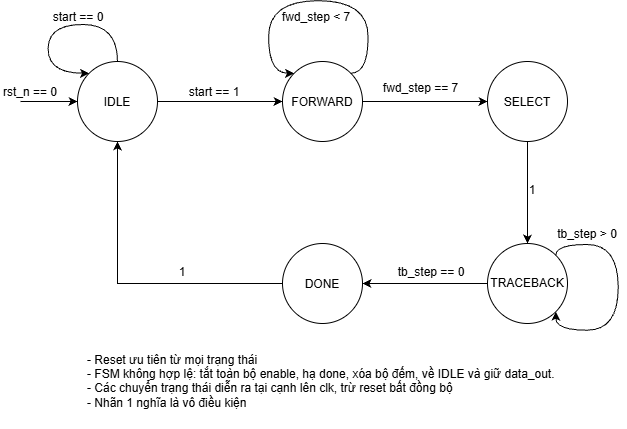
nvh1811/viterbi_decoder keeps this draw.io diagram as docs/figures/Viterbi_decoder-FSM.drawio.png. Above is the earlier version. Source tidied: cells renumbered, new cells last; positions are measured from the earlier drawing's top-left corner, leaving out a move shared by most shapes. Source of this version:
```xml
<mxGraphModel>
  <root>
    <mxCell id="0" />
    <mxCell id="1" parent="0" />
    <mxCell id="2" style="edgeStyle=orthogonalEdgeStyle;rounded=0;jettySize=auto;html=1;defaultLabelBackgroundColor=gap;" parent="1" edge="1" source="3" target="5">
      <mxGeometry relative="1" as="geometry" />
    </mxCell>
    <mxCell id="3" value="IDLE" style="ellipse;whiteSpace=wrap;html=1;shapeInside=1;" parent="1" vertex="1">
      <mxGeometry x="77" y="61" width="80" height="80" as="geometry" />
    </mxCell>
    <mxCell id="4" style="edgeStyle=orthogonalEdgeStyle;rounded=0;jettySize=auto;html=1;entryX=0;entryY=0.5;entryDx=0;entryDy=0;defaultLabelBackgroundColor=gap;" parent="1" edge="1" source="5" target="7">
      <mxGeometry relative="1" as="geometry" />
    </mxCell>
    <mxCell id="5" value="FORWARD" style="ellipse;whiteSpace=wrap;html=1;shapeInside=1;" parent="1" vertex="1">
      <mxGeometry x="282" y="61" width="80" height="80" as="geometry" />
    </mxCell>
    <mxCell id="6" style="edgeStyle=orthogonalEdgeStyle;rounded=0;jettySize=auto;html=1;defaultLabelBackgroundColor=gap;" parent="1" edge="1" source="7" target="9">
      <mxGeometry relative="1" as="geometry" />
    </mxCell>
    <mxCell id="7" value="SELECT" style="ellipse;whiteSpace=wrap;html=1;shapeInside=1;" parent="1" vertex="1">
      <mxGeometry x="487" y="61" width="80" height="80" as="geometry" />
    </mxCell>
    <mxCell id="8" style="edgeStyle=orthogonalEdgeStyle;rounded=0;jettySize=auto;html=1;entryX=1;entryY=0.5;entryDx=0;entryDy=0;defaultLabelBackgroundColor=gap;" parent="1" edge="1" source="9" target="11">
      <mxGeometry relative="1" as="geometry" />
    </mxCell>
    <mxCell id="9" value="TRACEBACK" style="ellipse;whiteSpace=wrap;html=1;shapeInside=1;" parent="1" vertex="1">
      <mxGeometry x="487" y="243" width="80" height="80" as="geometry" />
    </mxCell>
    <mxCell id="10" style="edgeStyle=orthogonalEdgeStyle;rounded=0;jettySize=auto;html=1;entryX=0.5;entryY=1;entryDx=0;entryDy=0;defaultLabelBackgroundColor=gap;" parent="1" edge="1" source="11" target="3">
      <mxGeometry relative="1" as="geometry" />
    </mxCell>
    <mxCell id="11" value="DONE" style="ellipse;whiteSpace=wrap;html=1;shapeInside=1;" parent="1" vertex="1">
      <mxGeometry x="282" y="243" width="80" height="80" as="geometry" />
    </mxCell>
    <mxCell id="12" value="start == 1" style="text;html=1;whiteSpace=wrap;strokeColor=none;fillColor=none;align=center;verticalAlign=middle;rounded=0;" parent="1" vertex="1">
      <mxGeometry x="184" y="77" width="60" height="30" as="geometry" />
    </mxCell>
    <mxCell id="13" style="edgeStyle=orthogonalEdgeStyle;rounded=0;orthogonalLoop=1;jettySize=auto;html=1;innerLoopWaypoints=1;entryX=0;entryY=0;entryDx=0;entryDy=0;defaultLabelBackgroundColor=gap;curved=1;curveGeometry=1;exitX=0.5;exitY=0;exitDx=0;exitDy=0;" parent="1" edge="1" source="3" target="3">
      <mxGeometry x="-0.15" relative="1" as="geometry">
        <Array as="points">
          <mxPoint x="117" y="24" />
          <mxPoint x="47.6" y="24" />
          <mxPoint x="47.6" y="72.7" />
        </Array>
      </mxGeometry>
    </mxCell>
    <mxCell id="14" value="start == 0" style="text;html=1;whiteSpace=wrap;strokeColor=none;fillColor=none;align=center;verticalAlign=middle;rounded=0;" parent="1" vertex="1">
      <mxGeometry x="48" y="2" width="60" height="30" as="geometry" />
    </mxCell>
    <mxCell id="15" value="fwd_step == 7" style="text;html=1;whiteSpace=wrap;strokeColor=none;fillColor=none;align=center;verticalAlign=middle;rounded=0;" parent="1" vertex="1">
      <mxGeometry x="366" y="73" width="109" height="30" as="geometry" />
    </mxCell>
    <mxCell id="16" style="edgeStyle=orthogonalEdgeStyle;rounded=0;orthogonalLoop=1;jettySize=auto;html=1;innerLoopWaypoints=1;entryX=0;entryY=0;entryDx=0;entryDy=0;defaultLabelBackgroundColor=gap;curved=1;curveGeometry=1;exitX=1;exitY=0;exitDx=0;exitDy=0;" parent="1" edge="1" source="5" target="5">
      <mxGeometry x="0.19" relative="1" as="geometry">
        <Array as="points">
          <mxPoint x="367.6" y="72.7" />
          <mxPoint x="367.6" y="0.2" />
          <mxPoint x="268.1" y="0.2" />
          <mxPoint x="268.1" y="72.7" />
        </Array>
      </mxGeometry>
    </mxCell>
    <mxCell id="17" value="fwd_step &amp;lt; 7" style="text;html=1;whiteSpace=wrap;strokeColor=none;fillColor=none;align=center;verticalAlign=middle;rounded=0;" parent="1" vertex="1">
      <mxGeometry x="266" y="2" width="100" height="30" as="geometry" />
    </mxCell>
    <mxCell id="18" value="1" style="text;html=1;whiteSpace=wrap;strokeColor=none;fillColor=none;align=center;verticalAlign=middle;rounded=0;" parent="1" vertex="1">
      <mxGeometry x="502" y="175" width="60" height="30" as="geometry" />
    </mxCell>
    <mxCell id="19" value="tb_step == 0" style="text;html=1;whiteSpace=wrap;strokeColor=none;fillColor=none;align=center;verticalAlign=middle;rounded=0;" parent="1" vertex="1">
      <mxGeometry x="391" y="257" width="80" height="30" as="geometry" />
    </mxCell>
    <mxCell id="20" style="edgeStyle=orthogonalEdgeStyle;rounded=0;orthogonalLoop=1;jettySize=auto;html=1;innerLoopWaypoints=1;entryX=1;entryY=1;entryDx=0;entryDy=0;defaultLabelBackgroundColor=gap;curved=1;curveGeometry=1;exitX=1;exitY=0;exitDx=0;exitDy=0;" parent="1" edge="1" source="9" target="9">
      <mxGeometry x="0.02" relative="1" as="geometry">
        <Array as="points">
          <mxPoint x="555.3" y="244" />
          <mxPoint x="617.7" y="244" />
          <mxPoint x="617.7" y="329.7" />
          <mxPoint x="555.3" y="329.7" />
        </Array>
      </mxGeometry>
    </mxCell>
    <mxCell id="21" value="tb_step &amp;gt; 0" style="text;html=1;whiteSpace=wrap;strokeColor=none;fillColor=none;align=center;verticalAlign=middle;rounded=0;" parent="1" vertex="1">
      <mxGeometry x="547" y="219" width="80" height="30" as="geometry" />
    </mxCell>
    <mxCell id="22" value="1" style="text;html=1;whiteSpace=wrap;strokeColor=none;fillColor=none;align=center;verticalAlign=middle;rounded=0;" parent="1" vertex="1">
      <mxGeometry x="152" y="257" width="60" height="30" as="geometry" />
    </mxCell>
    <mxCell id="23" style="endArrow=classic;html=1;rounded=0;defaultLabelBackgroundColor=gap;entryX=0;entryY=0.5;entryDx=0;entryDy=0;" parent="1" edge="1" target="3">
      <mxGeometry relative="1" as="geometry">
        <mxPoint x="20" y="101" as="sourcePoint" />
      </mxGeometry>
    </mxCell>
    <mxCell id="24" value="rst_n == 0" style="text;html=1;whiteSpace=wrap;strokeColor=none;fillColor=none;align=center;verticalAlign=middle;rounded=0;" parent="1" vertex="1">
      <mxGeometry y="77" width="60" height="30" as="geometry" />
    </mxCell>
    <mxCell id="25" value="- Reset ưu tiên từ mọi trạng thái&lt;div&gt;&lt;span style=&quot;background-color: transparent; color: light-dark(#000000, var(--ge-light-color, #ffffff));&quot;&gt;- FSM không hợp lệ:&amp;nbsp;tắt toàn bộ enable, hạ done, xóa bộ đếm, về IDLE và giữ data_out.&lt;/span&gt;&lt;/div&gt;&lt;div&gt;&lt;span style=&quot;background-color: transparent; color: light-dark(#000000, var(--ge-light-color, #ffffff));&quot;&gt;- Các chuyển trạng thái diễn ra tại cạnh lên clk, trừ reset bất đồng bộ&lt;/span&gt;&lt;/div&gt;&lt;div&gt;- Nhãn 1 nghĩa là vô điều kiện&lt;span style=&quot;background-color: transparent; color: light-dark(#000000, var(--ge-light-color, #ffffff));&quot;&gt;&lt;/span&gt;&lt;/div&gt;&lt;div&gt;&lt;span style=&quot;background-color: transparent; color: light-dark(#000000, var(--ge-light-color, #ffffff));&quot;&gt;&lt;br&gt;&lt;/span&gt;&lt;/div&gt;" style="text;html=1;whiteSpace=wrap;strokeColor=none;fillColor=none;align=left;verticalAlign=middle;rounded=0;fontStyle=0;" parent="1" vertex="1">
      <mxGeometry x="85" y="348" width="488" height="80" as="geometry" />
    </mxCell>
  </root>
</mxGraphModel>
```
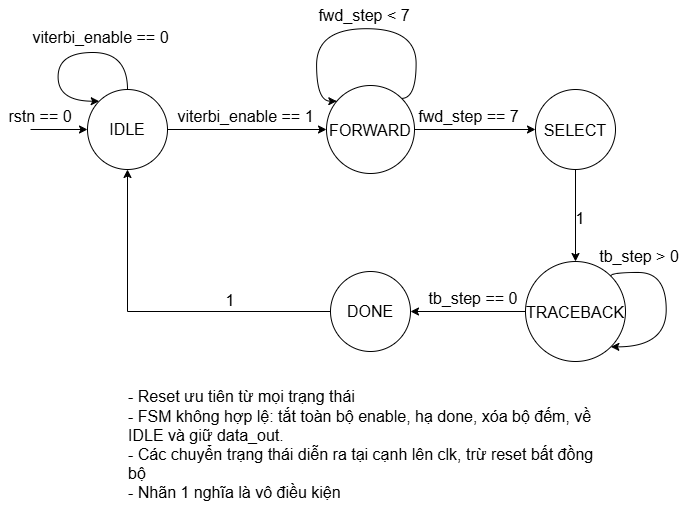
The same diagram one commit later.

What changed in the source:
```diff
@@ -2,99 +2,98 @@
   <root>
     <mxCell id="0" />
     <mxCell id="1" parent="0" />
-    <mxCell id="2" style="edgeStyle=orthogonalEdgeStyle;rounded=0;jettySize=auto;html=1;defaultLabelBackgroundColor=gap;" parent="1" edge="1" source="3" target="5">
+    <mxCell id="2" style="edgeStyle=orthogonalEdgeStyle;rounded=0;jettySize=auto;html=1;defaultLabelBackgroundColor=gap;fontSize=16;" parent="1" edge="1" source="3" target="5">
       <mxGeometry relative="1" as="geometry" />
     </mxCell>
-    <mxCell id="3" value="IDLE" style="ellipse;whiteSpace=wrap;html=1;shapeInside=1;" parent="1" vertex="1">
-      <mxGeometry x="77" y="61" width="80" height="80" as="geometry" />
+    <mxCell id="3" value="IDLE" style="ellipse;whiteSpace=wrap;html=1;shapeInside=1;fontSize=16;" parent="1" vertex="1">
+      <mxGeometry x="39" y="61" width="80" height="80" as="geometry" />
     </mxCell>
-    <mxCell id="4" style="edgeStyle=orthogonalEdgeStyle;rounded=0;jettySize=auto;html=1;entryX=0;entryY=0.5;entryDx=0;entryDy=0;defaultLabelBackgroundColor=gap;" parent="1" edge="1" source="5" target="7">
+    <mxCell id="4" style="edgeStyle=orthogonalEdgeStyle;rounded=0;jettySize=auto;html=1;entryX=0;entryY=0.5;entryDx=0;entryDy=0;defaultLabelBackgroundColor=gap;fontSize=16;" parent="1" edge="1" source="5" target="7">
       <mxGeometry relative="1" as="geometry" />
     </mxCell>
-    <mxCell id="5" value="FORWARD" style="ellipse;whiteSpace=wrap;html=1;shapeInside=1;" parent="1" vertex="1">
-      <mxGeometry x="282" y="61" width="80" height="80" as="geometry" />
+    <mxCell id="5" value="FORWARD" style="ellipse;whiteSpace=wrap;html=1;shapeInside=1;fontSize=16;" parent="1" vertex="1">
+      <mxGeometry x="278" y="57" width="88" height="88" as="geometry" />
     </mxCell>
-    <mxCell id="6" style="edgeStyle=orthogonalEdgeStyle;rounded=0;jettySize=auto;html=1;defaultLabelBackgroundColor=gap;" parent="1" edge="1" source="7" target="9">
+    <mxCell id="6" style="edgeStyle=orthogonalEdgeStyle;rounded=0;jettySize=auto;html=1;defaultLabelBackgroundColor=gap;fontSize=16;" parent="1" edge="1" source="7" target="9">
       <mxGeometry relative="1" as="geometry" />
     </mxCell>
-    <mxCell id="7" value="SELECT" style="ellipse;whiteSpace=wrap;html=1;shapeInside=1;" parent="1" vertex="1">
+    <mxCell id="7" value="SELECT" style="ellipse;whiteSpace=wrap;html=1;shapeInside=1;fontSize=16;" parent="1" vertex="1">
       <mxGeometry x="487" y="61" width="80" height="80" as="geometry" />
     </mxCell>
-    <mxCell id="8" style="edgeStyle=orthogonalEdgeStyle;rounded=0;jettySize=auto;html=1;entryX=1;entryY=0.5;entryDx=0;entryDy=0;defaultLabelBackgroundColor=gap;" parent="1" edge="1" source="9" target="11">
+    <mxCell id="8" style="edgeStyle=orthogonalEdgeStyle;rounded=0;jettySize=auto;html=1;entryX=1;entryY=0.5;entryDx=0;entryDy=0;defaultLabelBackgroundColor=gap;fontSize=16;" parent="1" edge="1" source="9" target="11">
       <mxGeometry relative="1" as="geometry" />
     </mxCell>
-    <mxCell id="9" value="TRACEBACK" style="ellipse;whiteSpace=wrap;html=1;shapeInside=1;" parent="1" vertex="1">
-      <mxGeometry x="487" y="243" width="80" height="80" as="geometry" />
+    <mxCell id="9" value="TRACEBACK" style="ellipse;whiteSpace=wrap;html=1;shapeInside=1;fontSize=16;" parent="1" vertex="1">
+      <mxGeometry x="477" y="233" width="100" height="100" as="geometry" />
     </mxCell>
-    <mxCell id="10" style="edgeStyle=orthogonalEdgeStyle;rounded=0;jettySize=auto;html=1;entryX=0.5;entryY=1;entryDx=0;entryDy=0;defaultLabelBackgroundColor=gap;" parent="1" edge="1" source="11" target="3">
+    <mxCell id="10" style="edgeStyle=orthogonalEdgeStyle;rounded=0;jettySize=auto;html=1;entryX=0.5;entryY=1;entryDx=0;entryDy=0;defaultLabelBackgroundColor=gap;fontSize=16;" parent="1" edge="1" source="11" target="3">
       <mxGeometry relative="1" as="geometry" />
     </mxCell>
-    <mxCell id="11" value="DONE" style="ellipse;whiteSpace=wrap;html=1;shapeInside=1;" parent="1" vertex="1">
+    <mxCell id="11" value="DONE" style="ellipse;whiteSpace=wrap;html=1;shapeInside=1;fontSize=16;" parent="1" vertex="1">
       <mxGeometry x="282" y="243" width="80" height="80" as="geometry" />
     </mxCell>
-    <mxCell id="12" value="start == 1" style="text;html=1;whiteSpace=wrap;strokeColor=none;fillColor=none;align=center;verticalAlign=middle;rounded=0;" parent="1" vertex="1">
-      <mxGeometry x="184" y="77" width="60" height="30" as="geometry" />
+    <mxCell id="12" value="viterbi_enable == 1" style="text;html=1;whiteSpace=wrap;strokeColor=none;fillColor=none;align=center;verticalAlign=middle;rounded=0;fontSize=16;" parent="1" vertex="1">
+      <mxGeometry x="125" y="73" width="145" height="30" as="geometry" />
     </mxCell>
-    <mxCell id="13" style="edgeStyle=orthogonalEdgeStyle;rounded=0;orthogonalLoop=1;jettySize=auto;html=1;innerLoopWaypoints=1;entryX=0;entryY=0;entryDx=0;entryDy=0;defaultLabelBackgroundColor=gap;curved=1;curveGeometry=1;exitX=0.5;exitY=0;exitDx=0;exitDy=0;" parent="1" edge="1" source="3" target="3">
+    <mxCell id="13" style="edgeStyle=orthogonalEdgeStyle;rounded=0;orthogonalLoop=1;jettySize=auto;html=1;innerLoopWaypoints=1;entryX=0;entryY=0;entryDx=0;entryDy=0;defaultLabelBackgroundColor=gap;curved=1;curveGeometry=1;exitX=0.5;exitY=0;exitDx=0;exitDy=0;fontSize=16;" parent="1" edge="1" source="3" target="3">
       <mxGeometry x="-0.15" relative="1" as="geometry">
         <Array as="points">
-          <mxPoint x="117" y="24" />
-          <mxPoint x="47.6" y="24" />
-          <mxPoint x="47.6" y="72.7" />
+          <mxPoint x="79" y="24" />
+          <mxPoint x="9.6" y="24" />
+          <mxPoint x="9.6" y="72.7" />
         </Array>
       </mxGeometry>
     </mxCell>
-    <mxCell id="14" value="start == 0" style="text;html=1;whiteSpace=wrap;strokeColor=none;fillColor=none;align=center;verticalAlign=middle;rounded=0;" parent="1" vertex="1">
-      <mxGeometry x="48" y="2" width="60" height="30" as="geometry" />
-    </mxCell>
-    <mxCell id="15" value="fwd_step == 7" style="text;html=1;whiteSpace=wrap;strokeColor=none;fillColor=none;align=center;verticalAlign=middle;rounded=0;" parent="1" vertex="1">
+    <mxCell id="15" value="fwd_step == 7" style="text;html=1;whiteSpace=wrap;strokeColor=none;fillColor=none;align=center;verticalAlign=middle;rounded=0;fontSize=16;" parent="1" vertex="1">
       <mxGeometry x="366" y="73" width="109" height="30" as="geometry" />
     </mxCell>
-    <mxCell id="16" style="edgeStyle=orthogonalEdgeStyle;rounded=0;orthogonalLoop=1;jettySize=auto;html=1;innerLoopWaypoints=1;entryX=0;entryY=0;entryDx=0;entryDy=0;defaultLabelBackgroundColor=gap;curved=1;curveGeometry=1;exitX=1;exitY=0;exitDx=0;exitDy=0;" parent="1" edge="1" source="5" target="5">
-      <mxGeometry x="0.19" relative="1" as="geometry">
+    <mxCell id="16" style="edgeStyle=orthogonalEdgeStyle;rounded=0;orthogonalLoop=1;jettySize=auto;html=1;innerLoopWaypoints=1;defaultLabelBackgroundColor=gap;curved=1;curveGeometry=1;exitX=1;exitY=0;exitDx=0;exitDy=0;fontSize=16;" parent="1" edge="1" source="5" target="5">
+      <mxGeometry x="0.22" relative="1" as="geometry">
         <Array as="points">
-          <mxPoint x="367.6" y="72.7" />
+          <mxPoint x="367.6" y="69.9" />
           <mxPoint x="367.6" y="0.2" />
           <mxPoint x="268.1" y="0.2" />
           <mxPoint x="268.1" y="72.7" />
         </Array>
       </mxGeometry>
     </mxCell>
-    <mxCell id="17" value="fwd_step &amp;lt; 7" style="text;html=1;whiteSpace=wrap;strokeColor=none;fillColor=none;align=center;verticalAlign=middle;rounded=0;" parent="1" vertex="1">
-      <mxGeometry x="266" y="2" width="100" height="30" as="geometry" />
+    <mxCell id="17" value="fwd_step &amp;lt; 7" style="text;html=1;whiteSpace=wrap;strokeColor=none;fillColor=none;align=center;verticalAlign=middle;rounded=0;fontSize=16;" parent="1" vertex="1">
+      <mxGeometry x="266" y="-28" width="100" height="30" as="geometry" />
     </mxCell>
-    <mxCell id="18" value="1" style="text;html=1;whiteSpace=wrap;strokeColor=none;fillColor=none;align=center;verticalAlign=middle;rounded=0;" parent="1" vertex="1">
+    <mxCell id="18" value="1" style="text;html=1;whiteSpace=wrap;strokeColor=none;fillColor=none;align=center;verticalAlign=middle;rounded=0;fontSize=16;" parent="1" vertex="1">
       <mxGeometry x="502" y="175" width="60" height="30" as="geometry" />
     </mxCell>
-    <mxCell id="19" value="tb_step == 0" style="text;html=1;whiteSpace=wrap;strokeColor=none;fillColor=none;align=center;verticalAlign=middle;rounded=0;" parent="1" vertex="1">
-      <mxGeometry x="391" y="257" width="80" height="30" as="geometry" />
+    <mxCell id="19" value="tb_step == 0" style="text;html=1;whiteSpace=wrap;strokeColor=none;fillColor=none;align=center;verticalAlign=middle;rounded=0;fontSize=16;" parent="1" vertex="1">
+      <mxGeometry x="375" y="255" width="100" height="30" as="geometry" />
     </mxCell>
-    <mxCell id="20" style="edgeStyle=orthogonalEdgeStyle;rounded=0;orthogonalLoop=1;jettySize=auto;html=1;innerLoopWaypoints=1;entryX=1;entryY=1;entryDx=0;entryDy=0;defaultLabelBackgroundColor=gap;curved=1;curveGeometry=1;exitX=1;exitY=0;exitDx=0;exitDy=0;" parent="1" edge="1" source="9" target="9">
-      <mxGeometry x="0.02" relative="1" as="geometry">
+    <mxCell id="20" style="edgeStyle=orthogonalEdgeStyle;rounded=0;orthogonalLoop=1;jettySize=auto;html=1;innerLoopWaypoints=1;entryX=1;entryY=1;entryDx=0;entryDy=0;defaultLabelBackgroundColor=gap;curved=1;curveGeometry=1;exitX=1;exitY=0;exitDx=0;exitDy=0;fontSize=16;" parent="1" edge="1" source="9" target="9">
+      <mxGeometry x="-0.02" relative="1" as="geometry">
         <Array as="points">
-          <mxPoint x="555.3" y="244" />
+          <mxPoint x="562.4" y="244" />
           <mxPoint x="617.7" y="244" />
-          <mxPoint x="617.7" y="329.7" />
-          <mxPoint x="555.3" y="329.7" />
+          <mxPoint x="617.7" y="318.4" />
         </Array>
       </mxGeometry>
     </mxCell>
-    <mxCell id="21" value="tb_step &amp;gt; 0" style="text;html=1;whiteSpace=wrap;strokeColor=none;fillColor=none;align=center;verticalAlign=middle;rounded=0;" parent="1" vertex="1">
-      <mxGeometry x="547" y="219" width="80" height="30" as="geometry" />
+    <mxCell id="21" value="tb_step &amp;gt; 0" style="text;html=1;whiteSpace=wrap;strokeColor=none;fillColor=none;align=center;verticalAlign=middle;rounded=0;fontSize=16;" parent="1" vertex="1">
+      <mxGeometry x="541" y="213" width="100" height="30" as="geometry" />
     </mxCell>
-    <mxCell id="22" value="1" style="text;html=1;whiteSpace=wrap;strokeColor=none;fillColor=none;align=center;verticalAlign=middle;rounded=0;" parent="1" vertex="1">
+    <mxCell id="22" value="1" style="text;html=1;whiteSpace=wrap;strokeColor=none;fillColor=none;align=center;verticalAlign=middle;rounded=0;fontSize=16;" parent="1" vertex="1">
       <mxGeometry x="152" y="257" width="60" height="30" as="geometry" />
     </mxCell>
-    <mxCell id="23" style="endArrow=classic;html=1;rounded=0;defaultLabelBackgroundColor=gap;entryX=0;entryY=0.5;entryDx=0;entryDy=0;" parent="1" edge="1" target="3">
+    <mxCell id="23" style="endArrow=classic;html=1;rounded=0;defaultLabelBackgroundColor=gap;entryX=0;entryY=0.5;entryDx=0;entryDy=0;fontSize=16;" parent="1" edge="1" target="3">
       <mxGeometry relative="1" as="geometry">
-        <mxPoint x="20" y="101" as="sourcePoint" />
+        <mxPoint x="-18" y="101" as="sourcePoint" />
       </mxGeometry>
     </mxCell>
-    <mxCell id="24" value="rst_n == 0" style="text;html=1;whiteSpace=wrap;strokeColor=none;fillColor=none;align=center;verticalAlign=middle;rounded=0;" parent="1" vertex="1">
-      <mxGeometry y="77" width="60" height="30" as="geometry" />
+    <mxCell id="24" value="rstn == 0" style="text;html=1;whiteSpace=wrap;strokeColor=none;fillColor=none;align=center;verticalAlign=middle;rounded=0;fontSize=16;" parent="1" vertex="1">
+      <mxGeometry x="-48" y="73" width="80" height="30" as="geometry" />
     </mxCell>
-    <mxCell id="25" value="- Reset ưu tiên từ mọi trạng thái&lt;div&gt;&lt;span style=&quot;background-color: transparent; color: light-dark(#000000, var(--ge-light-color, #ffffff));&quot;&gt;- FSM không hợp lệ:&amp;nbsp;tắt toàn bộ enable, hạ done, xóa bộ đếm, về IDLE và giữ data_out.&lt;/span&gt;&lt;/div&gt;&lt;div&gt;&lt;span style=&quot;background-color: transparent; color: light-dark(#000000, var(--ge-light-color, #ffffff));&quot;&gt;- Các chuyển trạng thái diễn ra tại cạnh lên clk, trừ reset bất đồng bộ&lt;/span&gt;&lt;/div&gt;&lt;div&gt;- Nhãn 1 nghĩa là vô điều kiện&lt;span style=&quot;background-color: transparent; color: light-dark(#000000, var(--ge-light-color, #ffffff));&quot;&gt;&lt;/span&gt;&lt;/div&gt;&lt;div&gt;&lt;span style=&quot;background-color: transparent; color: light-dark(#000000, var(--ge-light-color, #ffffff));&quot;&gt;&lt;br&gt;&lt;/span&gt;&lt;/div&gt;" style="text;html=1;whiteSpace=wrap;strokeColor=none;fillColor=none;align=left;verticalAlign=middle;rounded=0;fontStyle=0;" parent="1" vertex="1">
-      <mxGeometry x="85" y="348" width="488" height="80" as="geometry" />
+    <mxCell id="25" value="- Reset ưu tiên từ mọi trạng thái&lt;div&gt;&lt;span style=&quot;background-color: transparent; color: light-dark(#000000, var(--ge-light-color, #ffffff));&quot;&gt;- FSM không hợp lệ:&amp;nbsp;tắt toàn bộ enable, hạ done, xóa bộ đếm, về IDLE và giữ data_out.&lt;/span&gt;&lt;/div&gt;&lt;div&gt;&lt;span style=&quot;background-color: transparent; color: light-dark(#000000, var(--ge-light-color, #ffffff));&quot;&gt;- Các chuyển trạng thái diễn ra tại cạnh lên clk, trừ reset bất đồng bộ&lt;/span&gt;&lt;/div&gt;&lt;div&gt;- Nhãn 1 nghĩa là vô điều kiện&lt;span style=&quot;background-color: transparent; color: light-dark(#000000, var(--ge-light-color, #ffffff));&quot;&gt;&lt;/span&gt;&lt;/div&gt;&lt;div&gt;&lt;span style=&quot;background-color: transparent; color: light-dark(#000000, var(--ge-light-color, #ffffff));&quot;&gt;&lt;br&gt;&lt;/span&gt;&lt;/div&gt;" style="text;html=1;whiteSpace=wrap;strokeColor=none;fillColor=none;align=left;verticalAlign=middle;rounded=0;fontStyle=0;fontSize=16;" parent="1" vertex="1">
+      <mxGeometry x="78" y="386" width="488" height="80" as="geometry" />
     </mxCell>
+    <mxCell id="26" value="viterbi_enable == 0" style="text;html=1;whiteSpace=wrap;strokeColor=none;fillColor=none;align=center;verticalAlign=middle;rounded=0;fontSize=16;" parent="1" vertex="1">
+      <mxGeometry x="-20" y="-6" width="145" height="30" as="geometry" />
+    </mxCell>
   </root>
 </mxGraphModel>
```
